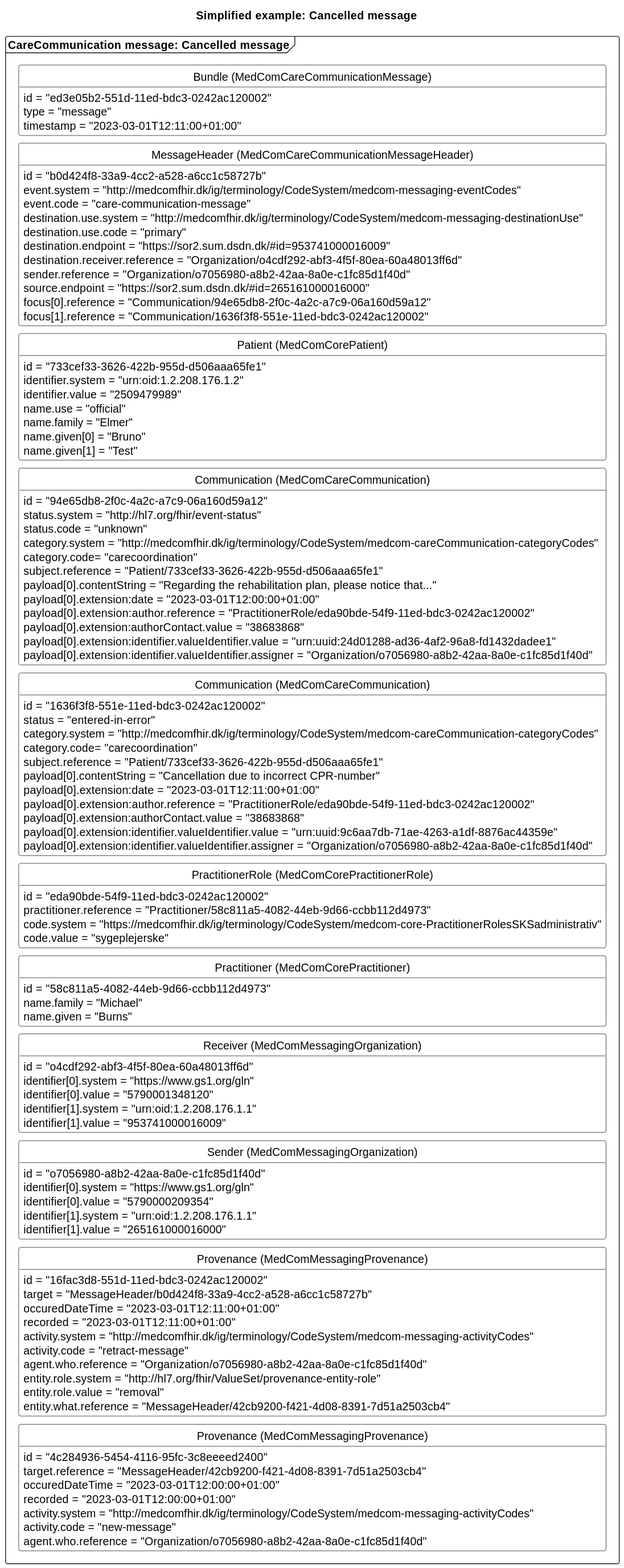
medcomdk/dk-medcom-carecommunication keeps this PlantUML diagram as input/images/carecommunication/CCcancelMessage.svg. Above is the earlier version.
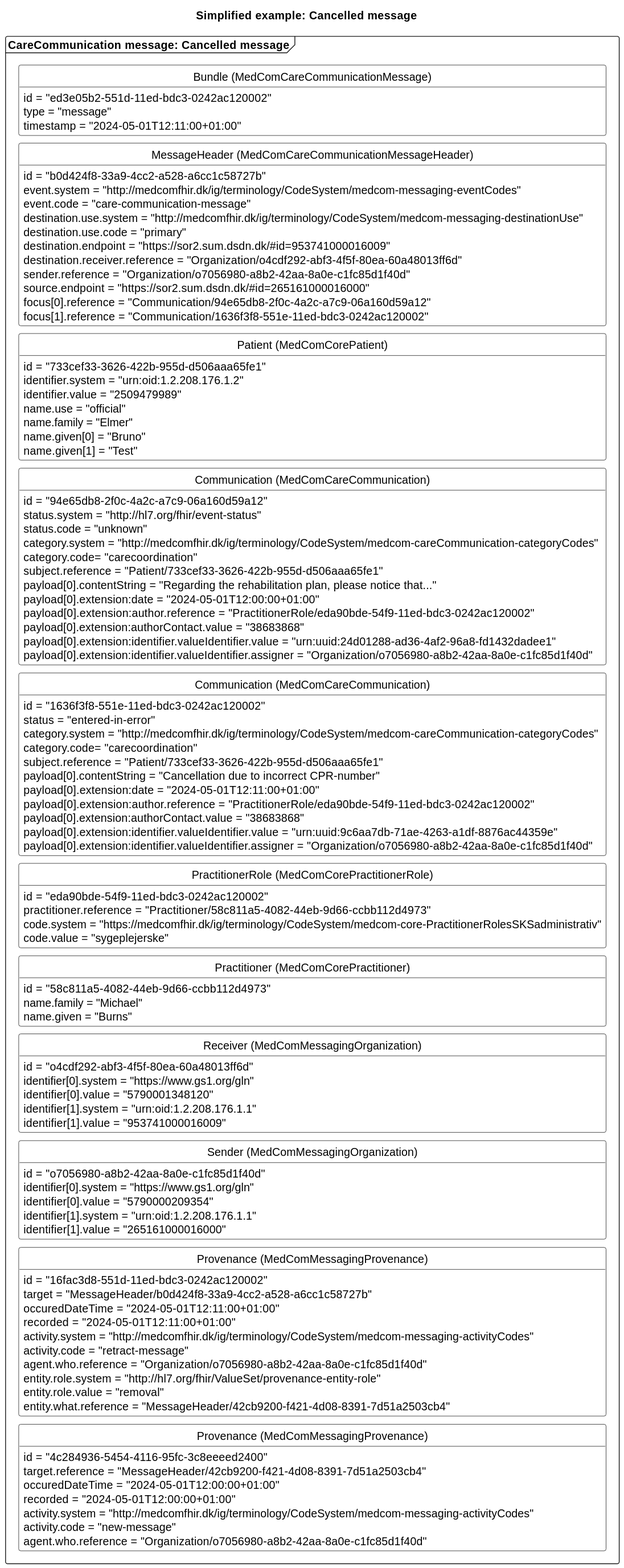
Later version of the same file.

Change to the diagram source:
```diff
@@ -17,7 +17,7 @@
     class "Bundle (MedComCareCommunicationMessage)" as errorB {
         id = "ed3e05b2-551d-11ed-bdc3-0242ac120002"
         type = "message"
-        timestamp = "2023-03-01T12:11:00+01:00"
+        timestamp = "2024-05-01T12:11:00+01:00"
     }
     class "MessageHeader (MedComCareCommunicationMessageHeader)" as errorMH{
         id = "b0d424f8-33a9-4cc2-a528-a6cc1c58727b"
@@ -49,7 +49,7 @@
         category.code= "carecoordination"
         subject.reference = "Patient/733cef33-3626-422b-955d-d506aaa65fe1"
         payload[0].contentString = "Regarding the rehabilitation plan, please notice that..."
-        payload[0].extension:date = "2023-03-01T12:00:00+01:00"
+        payload[0].extension:date = "2024-05-01T12:00:00+01:00"
         payload[0].extension:author.reference = "PractitionerRole/eda90bde-54f9-11ed-bdc3-0242ac120002"
         payload[0].extension:authorContact.value = "38683868"
         payload[0].extension:identifier.valueIdentifier.value = "urn:uuid:24d01288-ad36-4af2-96a8-fd1432dadee1"
@@ -62,7 +62,7 @@
         category.code= "carecoordination"
         subject.reference = "Patient/733cef33-3626-422b-955d-d506aaa65fe1"
         payload[0].contentString = "Cancellation due to incorrect CPR-number"
-        payload[0].extension:date = "2023-03-01T12:11:00+01:00"
+        payload[0].extension:date = "2024-05-01T12:11:00+01:00"
         payload[0].extension:author.reference = "PractitionerRole/eda90bde-54f9-11ed-bdc3-0242ac120002"
         payload[0].extension:authorContact.value = "38683868"
         payload[0].extension:identifier.valueIdentifier.value = "urn:uuid:9c6aa7db-71ae-4263-a1df-8876ac44359e"
@@ -96,8 +96,8 @@
     class "Provenance (MedComMessagingProvenance)" as errorPRO{
         id = "16fac3d8-551d-11ed-bdc3-0242ac120002"
         target = "MessageHeader/b0d424f8-33a9-4cc2-a528-a6cc1c58727b"
-        occuredDateTime = "2023-03-01T12:11:00+01:00"
-        recorded = "2023-03-01T12:11:00+01:00"
+        occuredDateTime = "2024-05-01T12:11:00+01:00"
+        recorded = "2024-05-01T12:11:00+01:00"
         activity.system = "http://medcomfhir.dk/ig/terminology/CodeSystem/medcom-messaging-activityCodes"
         activity.code = "retract-message"
         agent.who.reference = "Organization/o7056980-a8b2-42aa-8a0e-c1fc85d1f40d"
@@ -108,8 +108,8 @@
     class "Provenance (MedComMessagingProvenance)" as newPRO{
         id = "4c284936-5454-4116-95fc-3c8eeeed2400"
         target.reference = "MessageHeader/42cb9200-f421-4d08-8391-7d51a2503cb4"
-        occuredDateTime = "2023-03-01T12:00:00+01:00"
-        recorded = "2023-03-01T12:00:00+01:00"
+        occuredDateTime = "2024-05-01T12:00:00+01:00"
+        recorded = "2024-05-01T12:00:00+01:00"
         activity.system = "http://medcomfhir.dk/ig/terminology/CodeSystem/medcom-messaging-activityCodes"
         activity.code = "new-message"
         agent.who.reference = "Organization/o7056980-a8b2-42aa-8a0e-c1fc85d1f40d"
```
